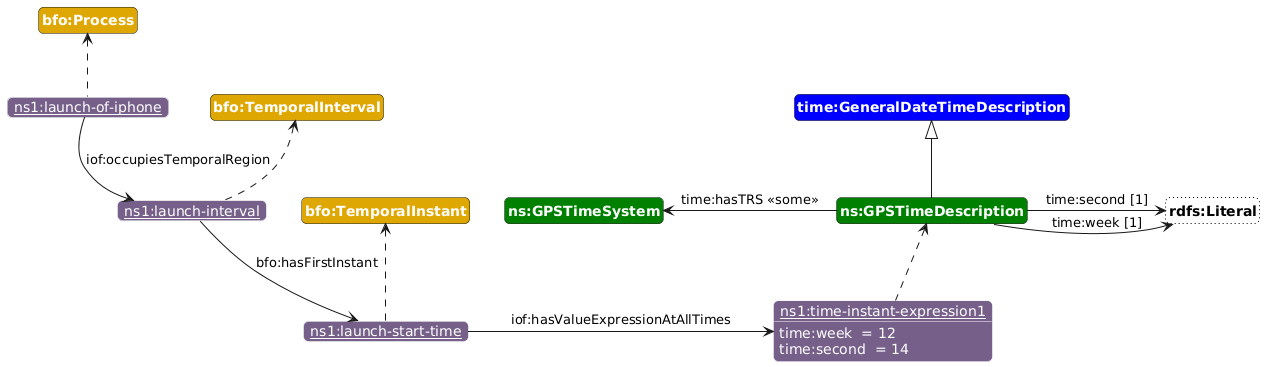
iofoundry/IOF-Core-Pattern-v2 keeps this PlantUML diagram as scenarios/clock-time-calendar-date/images/uc1-custom.png. Above is the earlier version.
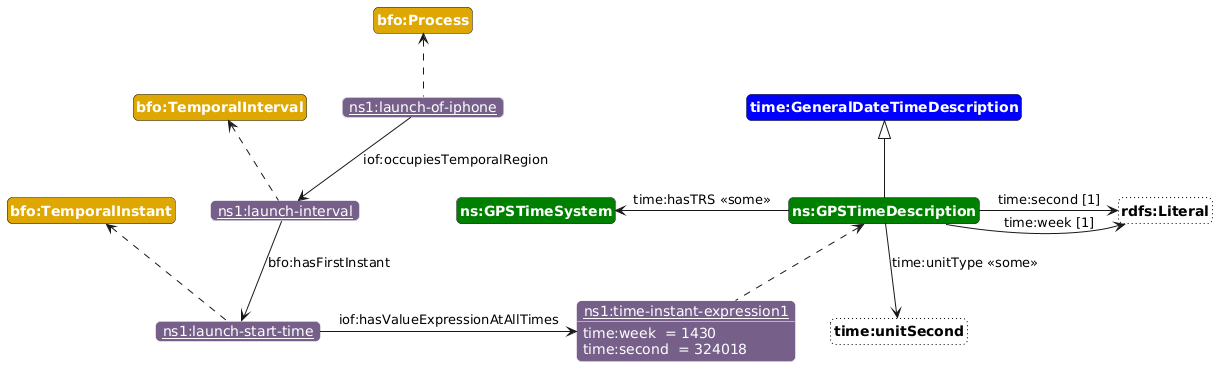
Above is the later version.

Diff of the diagram source:
```diff
@@ -18,12 +18,13 @@
 subClass(ns:GPSTimeDescription, time:GeneralDateTimeDescription)
 xSomeData(ns:GPSTimeDescription, time:second, rdfs:Literal, "[1]", right)
 xSomeData(ns:GPSTimeDescription, time:week, rdfs:Literal, "[1]", right)
+xSomeData(ns:GPSTimeDescription, time:unitType, time:unitSecond, "", down)
 oClass(ns:GPSTimeSystem)
 xSome(ns:GPSTimeDescription, time:hasTRS, ns:GPSTimeSystem, "", left)
 
 oIndividual(ns1:time-instant-expression1)
 typeOf(ns1:time-instant-expression1, ns:GPSTimeDescription)
 property(ns1:launch-start-time, iof:hasValueExpressionAtAllTimes, ns1:time-instant-expression1, right)
-data(ns1:time-instant-expression1, time:week, 12)
-data(ns1:time-instant-expression1, time:second, 14)
+data(ns1:time-instant-expression1, time:week, 1430)
+data(ns1:time-instant-expression1, time:second, 324018)
 @enduml
```
